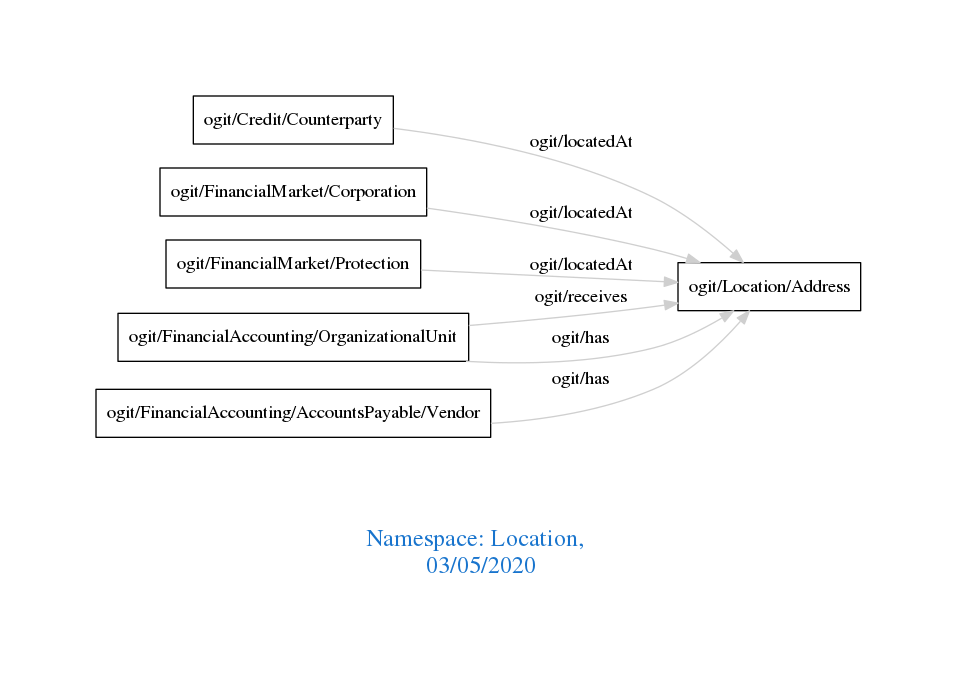
The Graphviz diagram downloads/Location.png in arago/OGIT, before a commit. Its source is kept beside it as downloads/Location.dot.
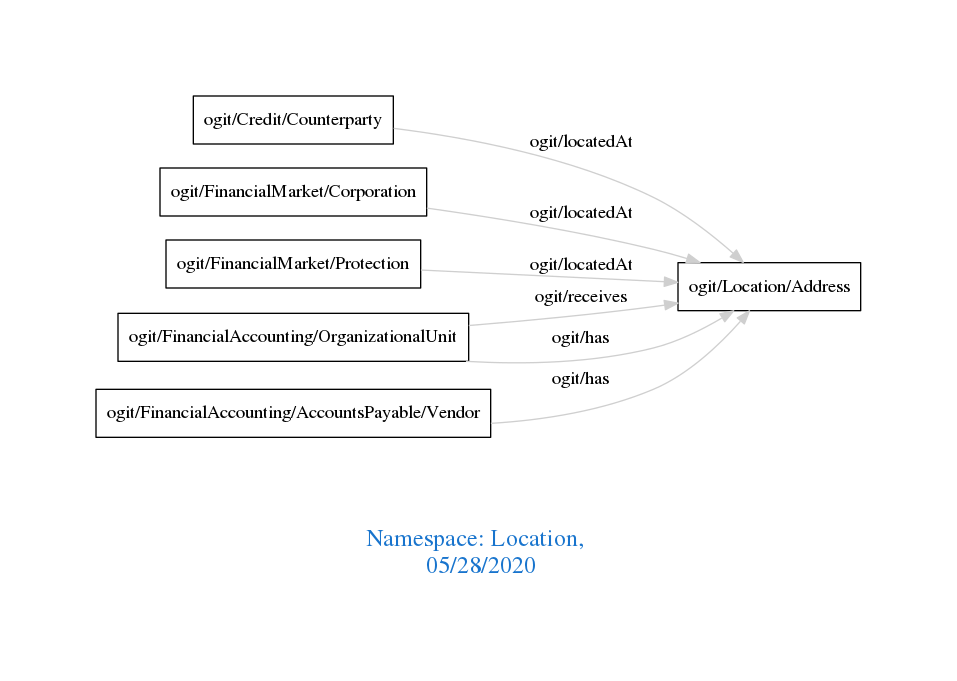
After the change.

Diff of the diagram source:
```diff
@@ -1,7 +1,7 @@
 digraph OGIT_ontology {
  graph [ rankdir= LR,pad=1
 fontsize = 18,
-fontcolor= dodgerblue3,label = "\n\n\nNamespace: Location, \n 03/05/2020"];
+fontcolor= dodgerblue3,label = "\n\n\nNamespace: Location, \n 05/28/2020"];
 node[shape=polygon];
 edge [  color="gray81"];
 
```
